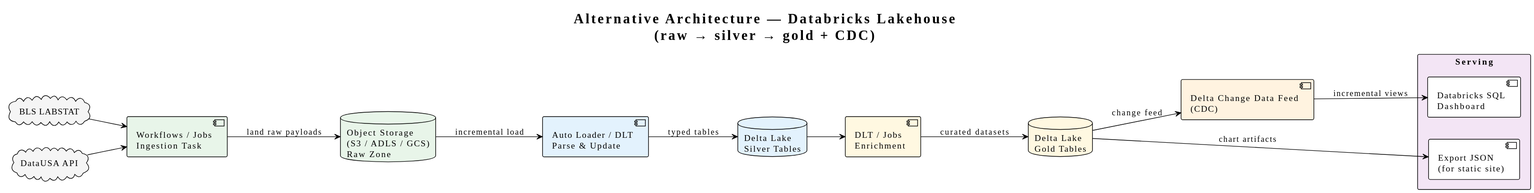
The PlantUML diagram site/diagrams/alt-databricks.svg in TechR10n/fomc-agent, before a commit.
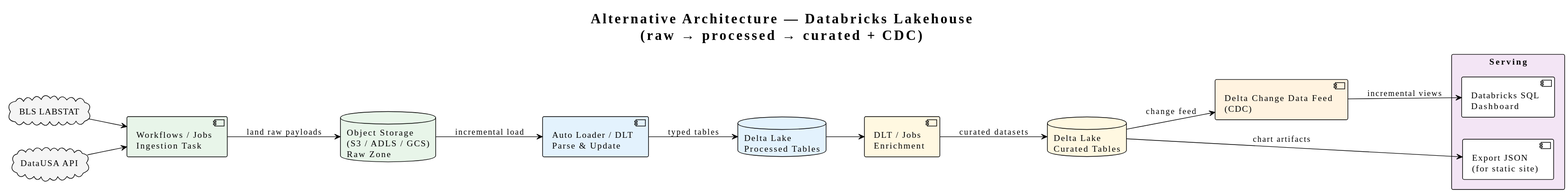
The same file after the commit.

The edit, as a diff of the source:
```diff
@@ -1,14 +1,14 @@
 @startuml
 !theme plain
 left to right direction
-title Alternative Architecture — Databricks Lakehouse\n(raw → silver → gold + CDC)
+title Alternative Architecture — Databricks Lakehouse\n(raw → processed → curated + CDC)
 
 cloud "BLS LABSTAT" as BLS #F5F5F5
 cloud "DataUSA API" as DataUSA #F5F5F5
 
 database "Object Storage\n(S3 / ADLS / GCS)\nRaw Zone" as Raw #E8F5E9
-database "Delta Lake\nSilver Tables" as Silver #E3F2FD
-database "Delta Lake\nGold Tables" as Gold #FFF8E1
+database "Delta Lake\nProcessed Tables" as Processed #E3F2FD
+database "Delta Lake\nCurated Tables" as Curated #FFF8E1
 
 component "Workflows / Jobs\nIngestion Task" as Ingest #E8F5E9
 component "Auto Loader / DLT\nParse & Update" as Parse #E3F2FD
@@ -24,10 +24,10 @@
 DataUSA --> Ingest
 Ingest --> Raw : land raw payloads
 Raw --> Parse : incremental load
-Parse --> Silver : typed tables
-Silver --> Enrich
-Enrich --> Gold : curated datasets
-Gold --> CDF : change feed
+Parse --> Processed : typed tables
+Processed --> Enrich
+Enrich --> Curated : curated datasets
+Curated --> CDF : change feed
 CDF --> DBSQL : incremental views
-Gold --> Export : chart artifacts
+Curated --> Export : chart artifacts
 @enduml
```
